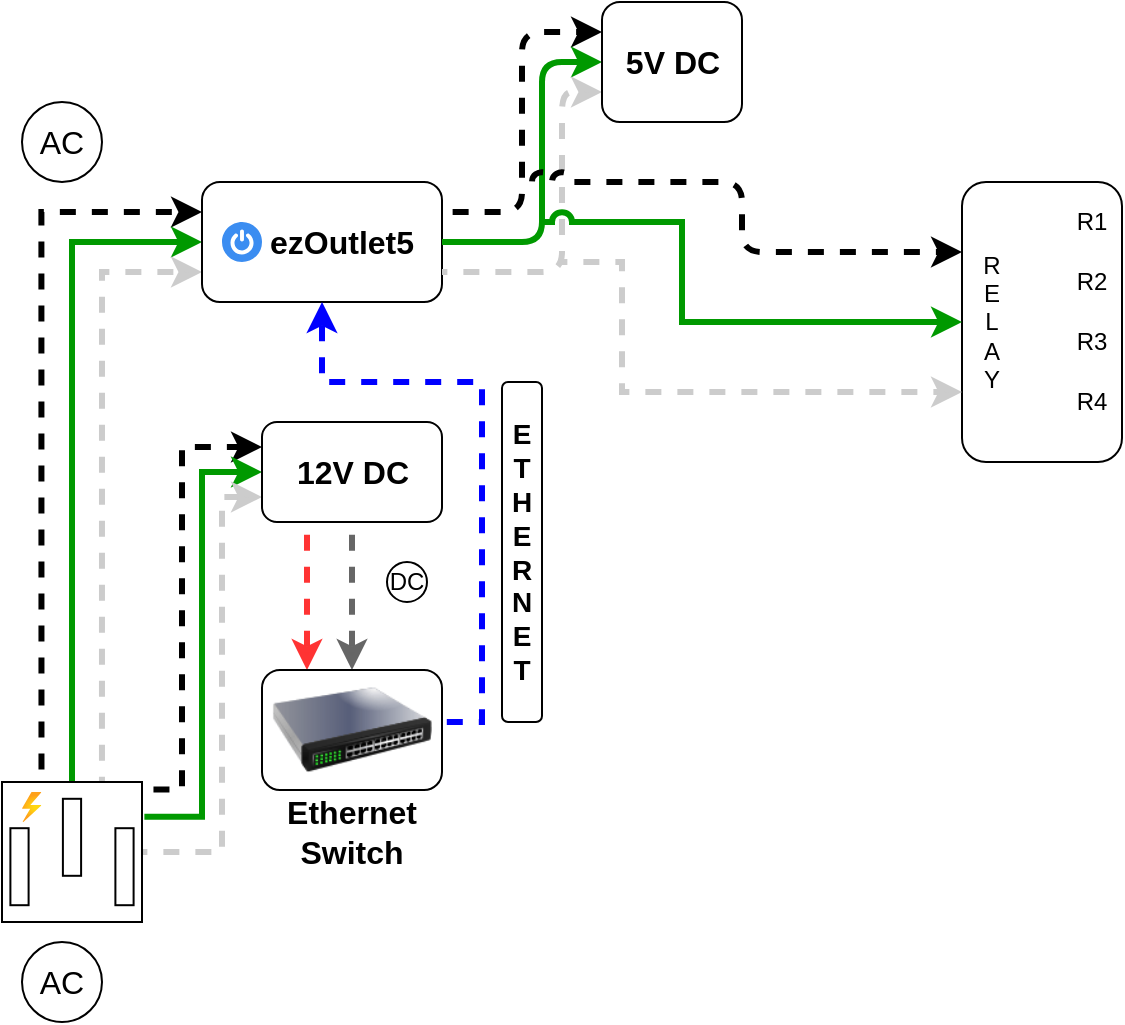
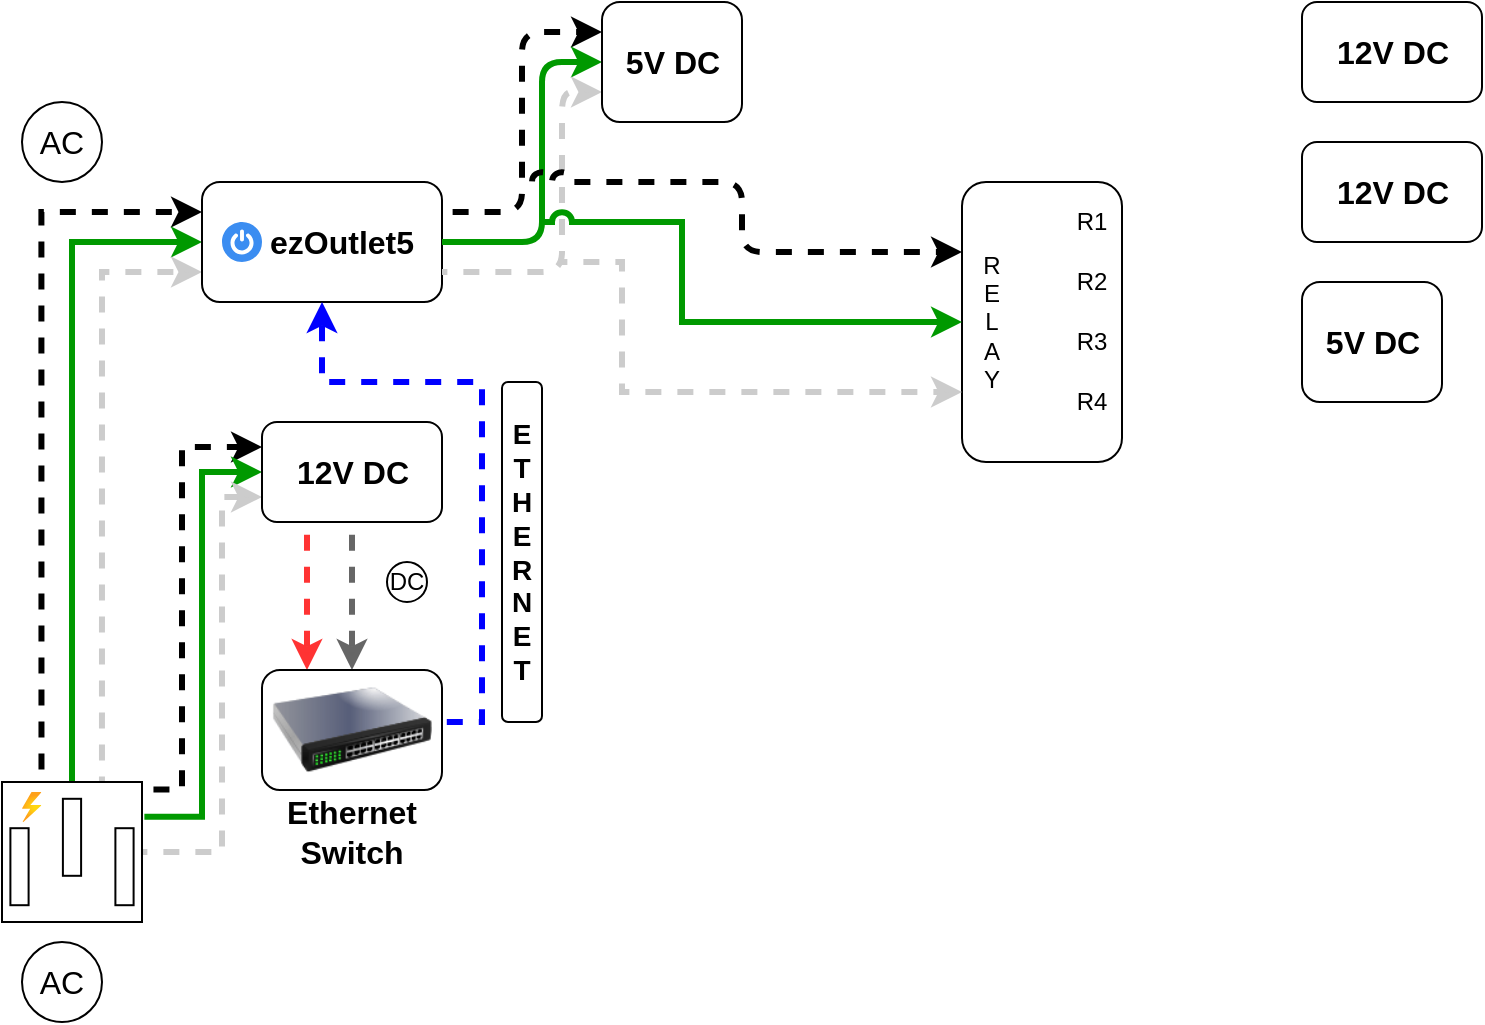
<mxfile host="app.diagrams.net" agent="Mozilla/5.0 (Windows NT 10.0; Win64; x64) AppleWebKit/537.36 (KHTML, like Gecko) Chrome/131.0.0.0 Safari/537.36 Edg/131.0.0.0" version="25.0.3">
  <diagram name="Page-1" id="VlRkN-xOVygPYa-iD9Ir">
-     <mxGraphModel dx="600" dy="376" grid="1" gridSize="10" guides="1" tooltips="1" connect="1" arrows="1" fold="1" page="1" pageScale="1" pageWidth="1169" pageHeight="827" background="none" math="0" shadow="0">
+     <mxGraphModel dx="1050" dy="658" grid="1" gridSize="10" guides="1" tooltips="1" connect="1" arrows="1" fold="1" page="1" pageScale="1" pageWidth="1169" pageHeight="827" background="none" math="0" shadow="0">
      <root>
        <mxCell id="0" />
        <mxCell id="1" parent="0" />
        <mxCell id="JVLtuT8sySUBbFbLTn6r-3" style="edgeStyle=orthogonalEdgeStyle;rounded=0;orthogonalLoop=1;jettySize=auto;html=1;entryX=0;entryY=0.25;entryDx=0;entryDy=0;exitX=0.282;exitY=-0.013;exitDx=0;exitDy=0;exitPerimeter=0;strokeWidth=3;flowAnimation=1;flowAnimationDirection=alternate;flowAnimationTimingFunction=ease-in-out;" edge="1" parent="1" source="pD8juBFKP1GN8B8eYQTb-1" target="pD8juBFKP1GN8B8eYQTb-3">
          <mxGeometry relative="1" as="geometry" />
        </mxCell>
        <mxCell id="JVLtuT8sySUBbFbLTn6r-4" style="edgeStyle=orthogonalEdgeStyle;rounded=0;orthogonalLoop=1;jettySize=auto;html=1;exitX=0.5;exitY=0;exitDx=0;exitDy=0;exitPerimeter=0;entryX=0;entryY=0.5;entryDx=0;entryDy=0;strokeColor=#009900;strokeWidth=3;" edge="1" parent="1" source="pD8juBFKP1GN8B8eYQTb-1" target="pD8juBFKP1GN8B8eYQTb-3">
          <mxGeometry relative="1" as="geometry" />
        </mxCell>
        <mxCell id="JVLtuT8sySUBbFbLTn6r-5" style="edgeStyle=orthogonalEdgeStyle;rounded=0;orthogonalLoop=1;jettySize=auto;html=1;entryX=0;entryY=0.75;entryDx=0;entryDy=0;exitX=0.714;exitY=0;exitDx=0;exitDy=0;exitPerimeter=0;strokeWidth=3;strokeColor=#CCCCCC;flowAnimation=1;flowAnimationDirection=alternate-reverse;flowAnimationTimingFunction=ease-in-out;" edge="1" parent="1" source="pD8juBFKP1GN8B8eYQTb-1" target="pD8juBFKP1GN8B8eYQTb-3">
          <mxGeometry relative="1" as="geometry">
            <mxPoint x="120" y="320" as="targetPoint" />
          </mxGeometry>
        </mxCell>
        <mxCell id="JVLtuT8sySUBbFbLTn6r-6" style="edgeStyle=orthogonalEdgeStyle;rounded=0;orthogonalLoop=1;jettySize=auto;html=1;entryX=0;entryY=0.25;entryDx=0;entryDy=0;exitX=1.006;exitY=0.054;exitDx=0;exitDy=0;exitPerimeter=0;strokeWidth=3;flowAnimation=1;flowAnimationDirection=alternate;flowAnimationTimingFunction=ease-in-out;" edge="1" parent="1" source="pD8juBFKP1GN8B8eYQTb-1" target="pD8juBFKP1GN8B8eYQTb-24">
          <mxGeometry relative="1" as="geometry">
            <Array as="points">
              <mxPoint x="120" y="404" />
              <mxPoint x="120" y="233" />
            </Array>
          </mxGeometry>
        </mxCell>
        <mxCell id="JVLtuT8sySUBbFbLTn6r-7" style="edgeStyle=orthogonalEdgeStyle;rounded=0;orthogonalLoop=1;jettySize=auto;html=1;entryX=0;entryY=0.5;entryDx=0;entryDy=0;exitX=1.017;exitY=0.249;exitDx=0;exitDy=0;exitPerimeter=0;strokeWidth=3;strokeColor=#009900;" edge="1" parent="1" source="pD8juBFKP1GN8B8eYQTb-1" target="pD8juBFKP1GN8B8eYQTb-24">
          <mxGeometry relative="1" as="geometry" />
        </mxCell>
        <mxCell id="JVLtuT8sySUBbFbLTn6r-8" style="edgeStyle=orthogonalEdgeStyle;rounded=0;orthogonalLoop=1;jettySize=auto;html=1;entryX=0;entryY=0.75;entryDx=0;entryDy=0;strokeColor=#CCCCCC;strokeWidth=3;flowAnimation=1;flowAnimationDirection=alternate-reverse;flowAnimationTimingFunction=ease-in-out;" edge="1" parent="1" source="pD8juBFKP1GN8B8eYQTb-1" target="pD8juBFKP1GN8B8eYQTb-24">
          <mxGeometry relative="1" as="geometry">
            <Array as="points">
              <mxPoint x="140" y="435" />
              <mxPoint x="140" y="258" />
            </Array>
          </mxGeometry>
        </mxCell>
        <mxCell id="JVLtuT8sySUBbFbLTn6r-1" value="" style="group" vertex="1" connectable="0" parent="1">
          <mxGeometry x="30" y="480" width="60" height="40" as="geometry" />
        </mxCell>
        <mxCell id="pD8juBFKP1GN8B8eYQTb-22" value="AC" style="text;html=1;align=center;verticalAlign=middle;whiteSpace=wrap;rounded=0;fontSize=16;" parent="JVLtuT8sySUBbFbLTn6r-1" vertex="1">
          <mxGeometry y="5" width="60" height="30" as="geometry" />
        </mxCell>
        <mxCell id="pD8juBFKP1GN8B8eYQTb-23" value="" style="ellipse;whiteSpace=wrap;html=1;fillColor=none;" parent="JVLtuT8sySUBbFbLTn6r-1" vertex="1">
          <mxGeometry x="10" width="40" height="40" as="geometry" />
        </mxCell>
        <mxCell id="JVLtuT8sySUBbFbLTn6r-2" value="" style="group" vertex="1" connectable="0" parent="1">
          <mxGeometry x="30" y="60" width="60" height="40" as="geometry" />
        </mxCell>
        <mxCell id="pD8juBFKP1GN8B8eYQTb-9" value="" style="ellipse;whiteSpace=wrap;html=1;fillColor=none;" parent="JVLtuT8sySUBbFbLTn6r-2" vertex="1">
          <mxGeometry x="10" width="40" height="40" as="geometry" />
        </mxCell>
        <mxCell id="pD8juBFKP1GN8B8eYQTb-11" value="AC" style="text;html=1;align=center;verticalAlign=middle;whiteSpace=wrap;rounded=0;fontSize=16;" parent="JVLtuT8sySUBbFbLTn6r-2" vertex="1">
          <mxGeometry y="5" width="60" height="30" as="geometry" />
        </mxCell>
        <mxCell id="JVLtuT8sySUBbFbLTn6r-9" value="" style="group" vertex="1" connectable="0" parent="1">
          <mxGeometry x="130" y="100" width="120" height="60" as="geometry" />
        </mxCell>
        <mxCell id="JVLtuT8sySUBbFbLTn6r-16" value="" style="group" vertex="1" connectable="0" parent="JVLtuT8sySUBbFbLTn6r-9">
          <mxGeometry width="120" height="60" as="geometry" />
        </mxCell>
        <mxCell id="pD8juBFKP1GN8B8eYQTb-3" value="" style="rounded=1;whiteSpace=wrap;html=1;" parent="JVLtuT8sySUBbFbLTn6r-16" vertex="1">
          <mxGeometry width="120" height="60" as="geometry" />
        </mxCell>
        <mxCell id="JVLtuT8sySUBbFbLTn6r-13" value="" style="sketch=0;html=1;aspect=fixed;strokeColor=none;shadow=0;fillColor=#3B8DF1;verticalAlign=top;labelPosition=center;verticalLabelPosition=bottom;shape=mxgraph.gcp2.a7_power" vertex="1" parent="JVLtuT8sySUBbFbLTn6r-16">
          <mxGeometry x="10" y="20" width="20" height="20" as="geometry" />
        </mxCell>
        <mxCell id="pD8juBFKP1GN8B8eYQTb-15" value="&lt;b&gt;ezOutlet5&lt;/b&gt;" style="text;html=1;align=center;verticalAlign=middle;whiteSpace=wrap;rounded=0;fontSize=16;" parent="JVLtuT8sySUBbFbLTn6r-16" vertex="1">
          <mxGeometry x="40" y="10" width="60" height="40" as="geometry" />
        </mxCell>
        <mxCell id="JVLtuT8sySUBbFbLTn6r-11" value="" style="group" vertex="1" connectable="0" parent="1">
          <mxGeometry x="160" y="220" width="90" height="50" as="geometry" />
        </mxCell>
-         <mxCell id="pD8juBFKP1GN8B8eYQTb-24" value="" style="rounded=1;whiteSpace=wrap;html=1;" parent="JVLtuT8sySUBbFbLTn6r-11" vertex="1">
-           <mxGeometry width="90" height="50" as="geometry" />
-         </mxCell>
-         <mxCell id="JVLtuT8sySUBbFbLTn6r-10" value="&lt;font style=&quot;font-size: 16px;&quot;&gt;&lt;b&gt;12V DC&lt;/b&gt;&lt;/font&gt;" style="text;html=1;align=center;verticalAlign=middle;whiteSpace=wrap;rounded=0;" vertex="1" parent="JVLtuT8sySUBbFbLTn6r-11">
+         <mxCell id="JVLtuT8sySUBbFbLTn6r-72" value="" style="group" vertex="1" connectable="0" parent="JVLtuT8sySUBbFbLTn6r-11">
+           <mxGeometry width="90" height="50" as="geometry" />
+         </mxCell>
+         <mxCell id="pD8juBFKP1GN8B8eYQTb-24" value="" style="rounded=1;whiteSpace=wrap;html=1;" parent="JVLtuT8sySUBbFbLTn6r-72" vertex="1">
+           <mxGeometry width="90" height="50" as="geometry" />
+         </mxCell>
+         <mxCell id="JVLtuT8sySUBbFbLTn6r-10" value="&lt;font style=&quot;font-size: 16px;&quot;&gt;&lt;b&gt;12V DC&lt;/b&gt;&lt;/font&gt;" style="text;html=1;align=center;verticalAlign=middle;whiteSpace=wrap;rounded=0;" vertex="1" parent="JVLtuT8sySUBbFbLTn6r-72">
          <mxGeometry x="15.75" y="10" width="58.5" height="30" as="geometry" />
        </mxCell>
        <mxCell id="JVLtuT8sySUBbFbLTn6r-18" value="" style="group" vertex="1" connectable="0" parent="1">
          <mxGeometry x="30" y="400" width="70" height="70" as="geometry" />
        </mxCell>
        <mxCell id="pD8juBFKP1GN8B8eYQTb-1" value="" style="pointerEvents=1;verticalLabelPosition=bottom;shadow=0;dashed=0;align=center;html=1;verticalAlign=top;shape=mxgraph.electrical.miscellaneous.ac_out" parent="JVLtuT8sySUBbFbLTn6r-18" vertex="1">
          <mxGeometry width="70" height="70" as="geometry" />
        </mxCell>
        <mxCell id="JVLtuT8sySUBbFbLTn6r-12" value="" style="image;aspect=fixed;html=1;points=[];align=center;fontSize=12;image=img/lib/azure2/general/Power.svg;" vertex="1" parent="JVLtuT8sySUBbFbLTn6r-18">
          <mxGeometry x="10" y="5" width="9.72" height="15" as="geometry" />
        </mxCell>
        <mxCell id="JVLtuT8sySUBbFbLTn6r-23" style="edgeStyle=orthogonalEdgeStyle;rounded=0;orthogonalLoop=1;jettySize=auto;html=1;entryX=0.25;entryY=0;entryDx=0;entryDy=0;exitX=0.25;exitY=1;exitDx=0;exitDy=0;strokeColor=#FF3333;strokeWidth=3;flowAnimation=1;" edge="1" parent="1" source="pD8juBFKP1GN8B8eYQTb-24" target="JVLtuT8sySUBbFbLTn6r-19">
          <mxGeometry relative="1" as="geometry" />
        </mxCell>
        <mxCell id="JVLtuT8sySUBbFbLTn6r-28" value="" style="group" vertex="1" connectable="0" parent="1">
          <mxGeometry x="220" y="290" width="25" height="20" as="geometry" />
        </mxCell>
        <mxCell id="JVLtuT8sySUBbFbLTn6r-26" value="" style="ellipse;whiteSpace=wrap;html=1;aspect=fixed;" vertex="1" parent="JVLtuT8sySUBbFbLTn6r-28">
          <mxGeometry x="2.5" width="20" height="20" as="geometry" />
        </mxCell>
        <mxCell id="JVLtuT8sySUBbFbLTn6r-27" value="&lt;font&gt;DC&lt;/font&gt;" style="text;html=1;align=center;verticalAlign=middle;whiteSpace=wrap;rounded=0;" vertex="1" parent="JVLtuT8sySUBbFbLTn6r-28">
          <mxGeometry y="2.5" width="25" height="15" as="geometry" />
        </mxCell>
        <mxCell id="JVLtuT8sySUBbFbLTn6r-29" style="edgeStyle=orthogonalEdgeStyle;rounded=0;orthogonalLoop=1;jettySize=auto;html=1;exitX=0.5;exitY=1;exitDx=0;exitDy=0;entryX=0.5;entryY=0;entryDx=0;entryDy=0;strokeWidth=3;flowAnimation=1;strokeColor=#666666;" edge="1" parent="1" source="pD8juBFKP1GN8B8eYQTb-24" target="JVLtuT8sySUBbFbLTn6r-19">
          <mxGeometry relative="1" as="geometry" />
        </mxCell>
        <mxCell id="JVLtuT8sySUBbFbLTn6r-30" style="edgeStyle=orthogonalEdgeStyle;rounded=0;orthogonalLoop=1;jettySize=auto;html=1;exitX=1;exitY=0.5;exitDx=0;exitDy=0;entryX=0.5;entryY=1;entryDx=0;entryDy=0;strokeColor=#0000FF;strokeWidth=3;flowAnimation=1;" edge="1" parent="1" source="JVLtuT8sySUBbFbLTn6r-19" target="pD8juBFKP1GN8B8eYQTb-3">
          <mxGeometry relative="1" as="geometry">
            <Array as="points">
              <mxPoint x="270" y="370" />
              <mxPoint x="270" y="200" />
              <mxPoint x="190" y="200" />
            </Array>
          </mxGeometry>
        </mxCell>
        <mxCell id="JVLtuT8sySUBbFbLTn6r-31" value="" style="rounded=1;whiteSpace=wrap;html=1;" vertex="1" parent="1">
          <mxGeometry x="280" y="200" width="20" height="170" as="geometry" />
        </mxCell>
        <mxCell id="JVLtuT8sySUBbFbLTn6r-32" value="&lt;b&gt;&lt;font style=&quot;font-size: 14px;&quot;&gt;E&lt;/font&gt;&lt;/b&gt;&lt;div&gt;&lt;b&gt;&lt;font style=&quot;font-size: 14px;&quot;&gt;T&lt;/font&gt;&lt;/b&gt;&lt;/div&gt;&lt;div&gt;&lt;b&gt;&lt;font style=&quot;font-size: 14px;&quot;&gt;H&lt;/font&gt;&lt;/b&gt;&lt;/div&gt;&lt;div&gt;&lt;b&gt;&lt;font style=&quot;font-size: 14px;&quot;&gt;E&lt;/font&gt;&lt;/b&gt;&lt;/div&gt;&lt;div&gt;&lt;b&gt;&lt;font style=&quot;font-size: 14px;&quot;&gt;R&lt;/font&gt;&lt;/b&gt;&lt;/div&gt;&lt;div&gt;&lt;b&gt;&lt;font style=&quot;font-size: 14px;&quot;&gt;N&lt;/font&gt;&lt;/b&gt;&lt;/div&gt;&lt;div&gt;&lt;b&gt;&lt;font style=&quot;font-size: 14px;&quot;&gt;E&lt;/font&gt;&lt;/b&gt;&lt;/div&gt;&lt;div&gt;&lt;b&gt;&lt;font style=&quot;font-size: 14px;&quot;&gt;T&lt;/font&gt;&lt;/b&gt;&lt;/div&gt;" style="text;html=1;align=center;verticalAlign=middle;whiteSpace=wrap;rounded=0;" vertex="1" parent="1">
          <mxGeometry x="275" y="180" width="30" height="210" as="geometry" />
        </mxCell>
        <mxCell id="JVLtuT8sySUBbFbLTn6r-33" value="" style="rounded=1;whiteSpace=wrap;html=1;" vertex="1" parent="1">
          <mxGeometry x="510" y="100" width="80" height="140" as="geometry" />
        </mxCell>
        <mxCell id="JVLtuT8sySUBbFbLTn6r-35" style="edgeStyle=orthogonalEdgeStyle;rounded=1;orthogonalLoop=1;jettySize=auto;html=1;exitX=1;exitY=0.25;exitDx=0;exitDy=0;entryX=0;entryY=0.25;entryDx=0;entryDy=0;curved=0;strokeWidth=3;flowAnimation=1;flowAnimationDirection=alternate;flowAnimationTimingFunction=ease-in-out;" edge="1" parent="1" source="pD8juBFKP1GN8B8eYQTb-3" target="JVLtuT8sySUBbFbLTn6r-34">
          <mxGeometry relative="1" as="geometry" />
        </mxCell>
        <mxCell id="JVLtuT8sySUBbFbLTn6r-36" style="edgeStyle=orthogonalEdgeStyle;rounded=1;orthogonalLoop=1;jettySize=auto;html=1;exitX=1;exitY=0.5;exitDx=0;exitDy=0;entryX=0;entryY=0.5;entryDx=0;entryDy=0;curved=0;strokeWidth=3;strokeColor=#009900;" edge="1" parent="1" source="pD8juBFKP1GN8B8eYQTb-3" target="JVLtuT8sySUBbFbLTn6r-34">
          <mxGeometry relative="1" as="geometry">
            <Array as="points">
              <mxPoint x="300" y="130" />
              <mxPoint x="300" y="40" />
            </Array>
          </mxGeometry>
        </mxCell>
        <mxCell id="JVLtuT8sySUBbFbLTn6r-37" style="edgeStyle=orthogonalEdgeStyle;rounded=1;orthogonalLoop=1;jettySize=auto;html=1;exitX=1;exitY=0.75;exitDx=0;exitDy=0;entryX=0;entryY=0.75;entryDx=0;entryDy=0;curved=0;strokeColor=#CCCCCC;strokeWidth=3;flowAnimation=1;flowAnimationDirection=alternate-reverse;flowAnimationTimingFunction=ease-in-out;" edge="1" parent="1" source="pD8juBFKP1GN8B8eYQTb-3" target="JVLtuT8sySUBbFbLTn6r-34">
          <mxGeometry relative="1" as="geometry">
            <Array as="points">
              <mxPoint x="310" y="145" />
              <mxPoint x="310" y="55" />
            </Array>
          </mxGeometry>
        </mxCell>
        <mxCell id="JVLtuT8sySUBbFbLTn6r-40" value="" style="endArrow=classic;html=1;rounded=1;curved=0;entryX=0;entryY=0.25;entryDx=0;entryDy=0;jumpStyle=arc;strokeWidth=3;flowAnimation=1;flowAnimationDirection=alternate;flowAnimationTimingFunction=ease-in-out;" edge="1" parent="1" target="JVLtuT8sySUBbFbLTn6r-33">
          <mxGeometry width="50" height="50" relative="1" as="geometry">
            <mxPoint x="290" y="100" as="sourcePoint" />
            <mxPoint x="410" y="170" as="targetPoint" />
            <Array as="points">
              <mxPoint x="400" y="100" />
              <mxPoint x="400" y="135" />
            </Array>
          </mxGeometry>
        </mxCell>
        <mxCell id="JVLtuT8sySUBbFbLTn6r-51" value="" style="group" vertex="1" connectable="0" parent="1">
          <mxGeometry x="160" y="344" width="90" height="96" as="geometry" />
        </mxCell>
        <mxCell id="JVLtuT8sySUBbFbLTn6r-21" value="" style="group" vertex="1" connectable="0" parent="JVLtuT8sySUBbFbLTn6r-51">
          <mxGeometry width="90" height="70" as="geometry" />
        </mxCell>
        <mxCell id="JVLtuT8sySUBbFbLTn6r-50" value="" style="group" vertex="1" connectable="0" parent="JVLtuT8sySUBbFbLTn6r-21">
          <mxGeometry width="90" height="70" as="geometry" />
        </mxCell>
        <mxCell id="JVLtuT8sySUBbFbLTn6r-19" value="" style="rounded=1;whiteSpace=wrap;html=1;" vertex="1" parent="JVLtuT8sySUBbFbLTn6r-50">
          <mxGeometry width="90" height="60" as="geometry" />
        </mxCell>
        <mxCell id="JVLtuT8sySUBbFbLTn6r-49" value="" style="image;html=1;image=img/lib/clip_art/networking/Switch_128x128.png" vertex="1" parent="JVLtuT8sySUBbFbLTn6r-50">
          <mxGeometry x="5" y="-10" width="80" height="80" as="geometry" />
        </mxCell>
        <mxCell id="JVLtuT8sySUBbFbLTn6r-20" value="&lt;b&gt;&lt;font style=&quot;font-size: 16px;&quot;&gt;Ethernet&lt;/font&gt;&lt;/b&gt;&lt;div&gt;&lt;b&gt;&lt;font style=&quot;font-size: 16px;&quot;&gt;Switch&lt;/font&gt;&lt;/b&gt;&lt;/div&gt;" style="text;html=1;align=center;verticalAlign=middle;whiteSpace=wrap;rounded=0;" vertex="1" parent="JVLtuT8sySUBbFbLTn6r-51">
          <mxGeometry x="15" y="66" width="60" height="30" as="geometry" />
        </mxCell>
        <mxCell id="JVLtuT8sySUBbFbLTn6r-53" value="" style="group" vertex="1" connectable="0" parent="1">
          <mxGeometry x="330" y="10" width="70" height="60" as="geometry" />
        </mxCell>
-         <mxCell id="JVLtuT8sySUBbFbLTn6r-34" value="" style="rounded=1;whiteSpace=wrap;html=1;" vertex="1" parent="JVLtuT8sySUBbFbLTn6r-53">
-           <mxGeometry width="70" height="60" as="geometry" />
-         </mxCell>
-         <mxCell id="JVLtuT8sySUBbFbLTn6r-52" value="&lt;font style=&quot;font-size: 16px;&quot;&gt;&lt;b&gt;5&lt;/b&gt;&lt;/font&gt;&lt;b style=&quot;font-size: 16px; background-color: initial;&quot;&gt;V DC&lt;/b&gt;" style="text;html=1;align=center;verticalAlign=middle;whiteSpace=wrap;rounded=0;" vertex="1" parent="JVLtuT8sySUBbFbLTn6r-53">
+         <mxCell id="JVLtuT8sySUBbFbLTn6r-71" value="" style="group" vertex="1" connectable="0" parent="JVLtuT8sySUBbFbLTn6r-53">
+           <mxGeometry width="70" height="60" as="geometry" />
+         </mxCell>
+         <mxCell id="JVLtuT8sySUBbFbLTn6r-34" value="" style="rounded=1;whiteSpace=wrap;html=1;" vertex="1" parent="JVLtuT8sySUBbFbLTn6r-71">
+           <mxGeometry width="70" height="60" as="geometry" />
+         </mxCell>
+         <mxCell id="JVLtuT8sySUBbFbLTn6r-52" value="&lt;font style=&quot;font-size: 16px;&quot;&gt;&lt;b&gt;5&lt;/b&gt;&lt;/font&gt;&lt;b style=&quot;font-size: 16px; background-color: initial;&quot;&gt;V DC&lt;/b&gt;" style="text;html=1;align=center;verticalAlign=middle;whiteSpace=wrap;rounded=0;" vertex="1" parent="JVLtuT8sySUBbFbLTn6r-71">
          <mxGeometry x="5.75" y="15" width="58.5" height="30" as="geometry" />
        </mxCell>
        <mxCell id="JVLtuT8sySUBbFbLTn6r-54" value="" style="endArrow=classic;html=1;rounded=0;entryX=0;entryY=0.5;entryDx=0;entryDy=0;jumpStyle=arc;strokeColor=#009900;strokeWidth=3;" edge="1" parent="1" target="JVLtuT8sySUBbFbLTn6r-33">
          <mxGeometry width="50" height="50" relative="1" as="geometry">
            <mxPoint x="300" y="120" as="sourcePoint" />
            <mxPoint x="350" y="80" as="targetPoint" />
            <Array as="points">
              <mxPoint x="370" y="120" />
              <mxPoint x="370" y="170" />
            </Array>
          </mxGeometry>
        </mxCell>
        <mxCell id="JVLtuT8sySUBbFbLTn6r-55" value="" style="endArrow=classic;html=1;rounded=0;entryX=0;entryY=0.75;entryDx=0;entryDy=0;strokeColor=#CCCCCC;strokeWidth=3;jumpStyle=arc;flowAnimation=1;flowAnimationDirection=alternate-reverse;flowAnimationTimingFunction=ease-in-out;" edge="1" parent="1" target="JVLtuT8sySUBbFbLTn6r-33">
          <mxGeometry width="50" height="50" relative="1" as="geometry">
            <mxPoint x="310" y="140" as="sourcePoint" />
            <mxPoint x="350" y="140" as="targetPoint" />
            <Array as="points">
              <mxPoint x="340" y="140" />
              <mxPoint x="340" y="205" />
            </Array>
          </mxGeometry>
        </mxCell>
        <mxCell id="JVLtuT8sySUBbFbLTn6r-56" value="R&lt;div&gt;E&lt;/div&gt;&lt;div&gt;L&lt;/div&gt;&lt;div&gt;A&lt;/div&gt;&lt;div&gt;Y&lt;/div&gt;" style="text;html=1;align=center;verticalAlign=middle;whiteSpace=wrap;rounded=0;" vertex="1" parent="1">
          <mxGeometry x="510" y="135" width="30" height="70" as="geometry" />
        </mxCell>
        <mxCell id="JVLtuT8sySUBbFbLTn6r-57" value="R1" style="text;html=1;align=center;verticalAlign=middle;whiteSpace=wrap;rounded=0;" vertex="1" parent="1">
          <mxGeometry x="560" y="105" width="30" height="30" as="geometry" />
        </mxCell>
        <mxCell id="JVLtuT8sySUBbFbLTn6r-58" value="R2" style="text;html=1;align=center;verticalAlign=middle;whiteSpace=wrap;rounded=0;" vertex="1" parent="1">
          <mxGeometry x="560" y="135" width="30" height="30" as="geometry" />
        </mxCell>
        <mxCell id="JVLtuT8sySUBbFbLTn6r-59" value="R3" style="text;html=1;align=center;verticalAlign=middle;whiteSpace=wrap;rounded=0;" vertex="1" parent="1">
          <mxGeometry x="560" y="165" width="30" height="30" as="geometry" />
        </mxCell>
        <mxCell id="JVLtuT8sySUBbFbLTn6r-60" value="R4" style="text;html=1;align=center;verticalAlign=middle;whiteSpace=wrap;rounded=0;" vertex="1" parent="1">
          <mxGeometry x="560" y="195" width="30" height="30" as="geometry" />
        </mxCell>
+         <mxCell id="JVLtuT8sySUBbFbLTn6r-67" value="" style="group" vertex="1" connectable="0" parent="1">
+           <mxGeometry x="680" y="150" width="70" height="60" as="geometry" />
+         </mxCell>
+         <mxCell id="JVLtuT8sySUBbFbLTn6r-63" value="" style="rounded=1;whiteSpace=wrap;html=1;" vertex="1" parent="JVLtuT8sySUBbFbLTn6r-67">
+           <mxGeometry width="70" height="60" as="geometry" />
+         </mxCell>
+         <mxCell id="JVLtuT8sySUBbFbLTn6r-62" value="" style="group" vertex="1" connectable="0" parent="JVLtuT8sySUBbFbLTn6r-67">
+           <mxGeometry width="70" height="60" as="geometry" />
+         </mxCell>
+         <mxCell id="JVLtuT8sySUBbFbLTn6r-64" value="&lt;font style=&quot;font-size: 16px;&quot;&gt;&lt;b&gt;5&lt;/b&gt;&lt;/font&gt;&lt;b style=&quot;font-size: 16px; background-color: initial;&quot;&gt;V DC&lt;/b&gt;" style="text;html=1;align=center;verticalAlign=middle;whiteSpace=wrap;rounded=0;" vertex="1" parent="JVLtuT8sySUBbFbLTn6r-62">
+           <mxGeometry x="5.75" y="15" width="58.5" height="30" as="geometry" />
+         </mxCell>
+         <mxCell id="JVLtuT8sySUBbFbLTn6r-73" value="" style="group" vertex="1" connectable="0" parent="1">
+           <mxGeometry x="680" y="10" width="90" height="50" as="geometry" />
+         </mxCell>
+         <mxCell id="JVLtuT8sySUBbFbLTn6r-74" value="" style="rounded=1;whiteSpace=wrap;html=1;" vertex="1" parent="JVLtuT8sySUBbFbLTn6r-73">
+           <mxGeometry width="90" height="50" as="geometry" />
+         </mxCell>
+         <mxCell id="JVLtuT8sySUBbFbLTn6r-75" value="&lt;font style=&quot;font-size: 16px;&quot;&gt;&lt;b&gt;12V DC&lt;/b&gt;&lt;/font&gt;" style="text;html=1;align=center;verticalAlign=middle;whiteSpace=wrap;rounded=0;" vertex="1" parent="JVLtuT8sySUBbFbLTn6r-73">
+           <mxGeometry x="15.75" y="10" width="58.5" height="30" as="geometry" />
+         </mxCell>
+         <mxCell id="JVLtuT8sySUBbFbLTn6r-76" value="" style="group" vertex="1" connectable="0" parent="1">
+           <mxGeometry x="680" y="80" width="90" height="50" as="geometry" />
+         </mxCell>
+         <mxCell id="JVLtuT8sySUBbFbLTn6r-77" value="" style="rounded=1;whiteSpace=wrap;html=1;" vertex="1" parent="JVLtuT8sySUBbFbLTn6r-76">
+           <mxGeometry width="90" height="50" as="geometry" />
+         </mxCell>
+         <mxCell id="JVLtuT8sySUBbFbLTn6r-78" value="&lt;font style=&quot;font-size: 16px;&quot;&gt;&lt;b&gt;12V DC&lt;/b&gt;&lt;/font&gt;" style="text;html=1;align=center;verticalAlign=middle;whiteSpace=wrap;rounded=0;" vertex="1" parent="JVLtuT8sySUBbFbLTn6r-76">
+           <mxGeometry x="15.75" y="10" width="58.5" height="30" as="geometry" />
+         </mxCell>
      </root>
    </mxGraphModel>
  </diagram>
</mxfile>
